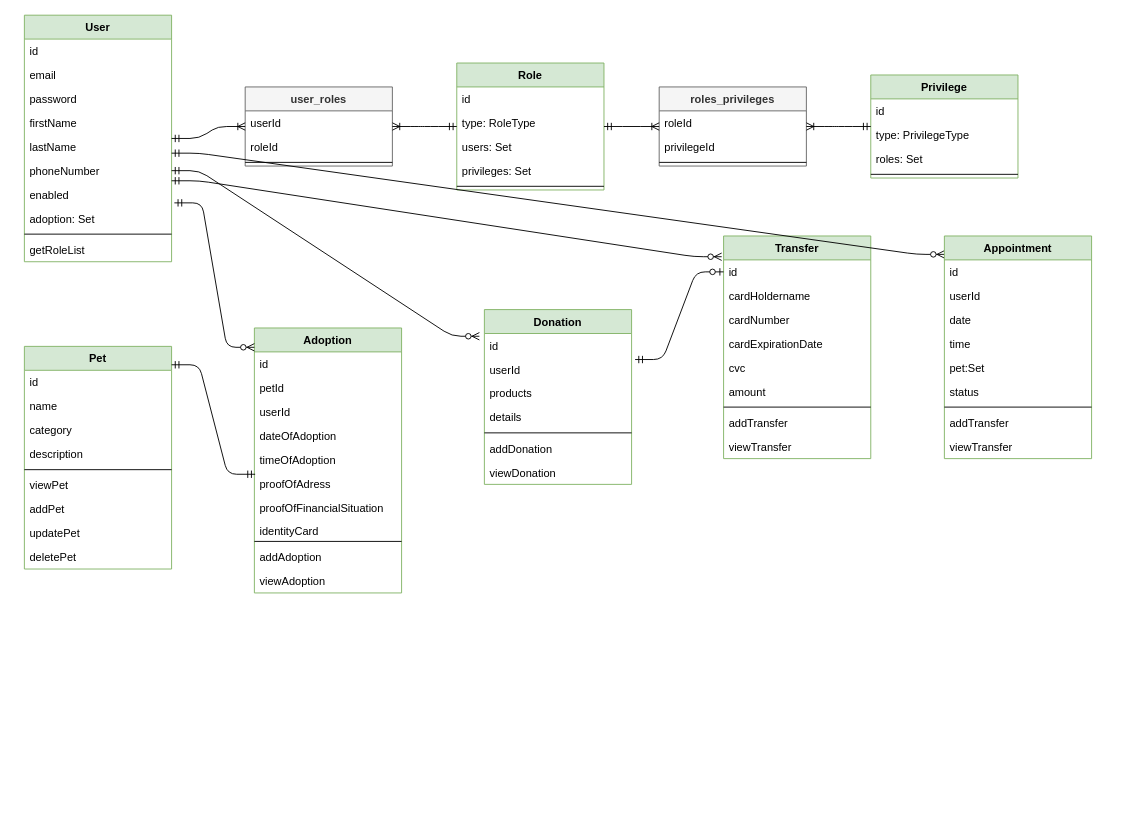
This is page "db" (1 of 2) of docs/3 infrastructure/database model.drawio from AlbuMihaela/Animal-Application, a draw.io file, before an edit. Source tidied: cells renumbered, new cells numbered last; positions are measured from the earlier drawing's top-left corner, leaving out a move shared by most shapes. Both pictures are drawn from the tidied source at 92%, with x=0, y=0 at pixel (24, 15).
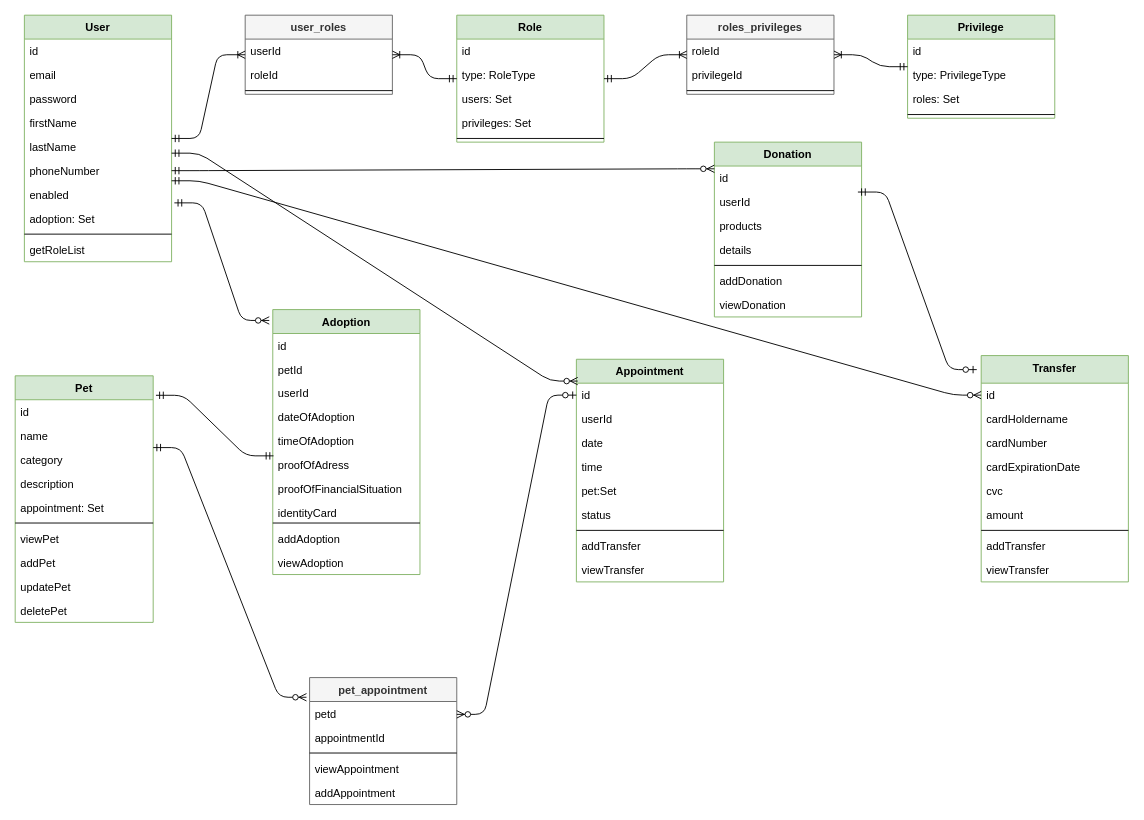
The same page after the edit.

Commit message:
update database model

The change refers to these unchanged cells:
```xml
<mxCell id="7" value="lastName" style="text;strokeColor=none;fillColor=none;align=left;verticalAlign=top;spacingLeft=4;spacingRight=4;overflow=hidden;points=[[0,0.5],[1,0.5]];portConstraint=eastwest;" parent="2" vertex="1">
  <mxGeometry y="130" width="160" height="26" as="geometry" />
</mxCell>
<mxCell id="8" value="phoneNumber" style="text;strokeColor=none;fillColor=none;align=left;verticalAlign=top;spacingLeft=4;spacingRight=4;overflow=hidden;points=[[0,0.5],[1,0.5]];portConstraint=eastwest;" parent="2" vertex="1">
  <mxGeometry y="156" width="160" height="26" as="geometry" />
</mxCell>
<mxCell id="9" value="enabled" style="text;strokeColor=none;fillColor=none;align=left;verticalAlign=top;spacingLeft=4;spacingRight=4;overflow=hidden;points=[[0,0.5],[1,0.5]];portConstraint=eastwest;" parent="2" vertex="1">
  <mxGeometry y="182" width="160" height="26" as="geometry" />
</mxCell>
<mxCell id="51" value="timeOfAdoption" style="text;strokeColor=none;fillColor=none;align=left;verticalAlign=top;spacingLeft=4;spacingRight=4;overflow=hidden;points=[[0,0.5],[1,0.5]];portConstraint=eastwest;" parent="46" vertex="1">
  <mxGeometry y="130" width="160" height="26" as="geometry" />
</mxCell>
<mxCell id="60" value="id" style="text;strokeColor=none;fillColor=none;align=left;verticalAlign=top;spacingLeft=4;spacingRight=4;overflow=hidden;points=[[0,0.5],[1,0.5]];portConstraint=eastwest;" parent="59" vertex="1">
  <mxGeometry y="26" width="160" height="26" as="geometry" />
</mxCell>
<mxCell id="61" value="userId" style="text;strokeColor=none;fillColor=none;align=left;verticalAlign=top;spacingLeft=4;spacingRight=4;overflow=hidden;points=[[0,0.5],[1,0.5]];portConstraint=eastwest;" parent="59" vertex="1">
  <mxGeometry y="52" width="160" height="26" as="geometry" />
</mxCell>
<mxCell id="83" value="id" style="text;strokeColor=none;fillColor=none;align=left;verticalAlign=top;spacingLeft=4;spacingRight=4;overflow=hidden;points=[[0,0.5],[1,0.5]];portConstraint=eastwest;" parent="82" vertex="1">
  <mxGeometry y="26" width="160" height="26" as="geometry" />
</mxCell>
```

What changed in the source:
```diff
@@
     <mxCell id="13" value="Role" style="swimlane;fontStyle=1;align=center;verticalAlign=top;horizontal=1;startSize=26;fillColor=#d5e8d4;strokeColor=#82b366;" parent="1" vertex="1">
-      <mxGeometry x="470" y="52" width="160" height="138" as="geometry" />
+      <mxGeometry x="470" width="160" height="138" as="geometry" />
     </mxCell>
@@
     <mxCell id="19" value="Privilege" style="swimlane;fontStyle=1;align=center;verticalAlign=top;horizontal=1;startSize=26;fillColor=#d5e8d4;strokeColor=#82b366;" parent="1" vertex="1">
-      <mxGeometry x="920" y="65" width="160" height="112" as="geometry" />
+      <mxGeometry x="960" width="160" height="112" as="geometry" />
     </mxCell>
@@
     <mxCell id="24" value="roles_privileges" style="swimlane;fontStyle=1;align=center;verticalAlign=top;horizontal=1;startSize=26;fillColor=#f5f5f5;strokeColor=#666666;fontColor=#333333;" parent="1" vertex="1">
-      <mxGeometry x="690" y="78" width="160" height="86" as="geometry" />
+      <mxGeometry x="720" width="160" height="86" as="geometry" />
     </mxCell>
@@
     <mxCell id="28" value="user_roles" style="swimlane;fontStyle=1;align=center;verticalAlign=top;horizontal=1;startSize=26;fillColor=#f5f5f5;strokeColor=#666666;fontColor=#333333;" parent="1" vertex="1">
-      <mxGeometry x="240" y="78" width="160" height="86" as="geometry" />
+      <mxGeometry x="240" width="160" height="86" as="geometry" />
     </mxCell>
@@
     <mxCell id="36" value="Pet" style="swimlane;fontStyle=1;align=center;verticalAlign=top;horizontal=1;startSize=26;fillColor=#d5e8d4;strokeColor=#82b366;" parent="1" vertex="1">
-      <mxGeometry y="360" width="160" height="242" as="geometry" />
+      <mxGeometry x="-10" y="392" width="150" height="268" as="geometry" />
     </mxCell>
     <mxCell id="37" value="id" style="text;strokeColor=none;fillColor=none;align=left;verticalAlign=top;spacingLeft=4;spacingRight=4;overflow=hidden;" parent="36" vertex="1">
-      <mxGeometry y="26" width="160" height="26" as="geometry" />
+      <mxGeometry y="26" width="150" height="26" as="geometry" />
     </mxCell>
     <mxCell id="38" value="name" style="text;strokeColor=none;fillColor=none;align=left;verticalAlign=top;spacingLeft=4;spacingRight=4;overflow=hidden;" parent="36" vertex="1">
-      <mxGeometry y="52" width="160" height="26" as="geometry" />
+      <mxGeometry y="52" width="150" height="26" as="geometry" />
     </mxCell>
     <mxCell id="39" value="category" style="text;strokeColor=none;fillColor=none;align=left;verticalAlign=top;spacingLeft=4;spacingRight=4;overflow=hidden;" parent="36" vertex="1">
-      <mxGeometry y="78" width="160" height="26" as="geometry" />
+      <mxGeometry y="78" width="150" height="26" as="geometry" />
     </mxCell>
     <mxCell id="40" value="description" style="text;strokeColor=none;fillColor=none;align=left;verticalAlign=top;spacingLeft=4;spacingRight=4;overflow=hidden;" parent="36" vertex="1">
-      <mxGeometry y="104" width="160" height="26" as="geometry" />
+      <mxGeometry y="104" width="150" height="26" as="geometry" />
     </mxCell>
+    <mxCell id="92" value="appointment: Set" style="text;strokeColor=none;fillColor=none;align=left;verticalAlign=top;spacingLeft=4;spacingRight=4;overflow=hidden;" parent="36" vertex="1">
+      <mxGeometry y="130" width="150" height="26" as="geometry" />
+    </mxCell>
     <mxCell id="41" style="line;strokeWidth=1;fillColor=none;align=left;verticalAlign=middle;spacingTop=-1;spacingLeft=3;spacingRight=3;labelPosition=right;" parent="36" vertex="1">
-      <mxGeometry y="130" width="160" height="8" as="geometry" />
+      <mxGeometry y="156" width="150" height="8" as="geometry" />
     </mxCell>
     <mxCell id="42" value="viewPet" style="text;strokeColor=none;fillColor=none;align=left;verticalAlign=top;spacingLeft=4;spacingRight=4;overflow=hidden;" parent="36" vertex="1">
-      <mxGeometry y="138" width="160" height="26" as="geometry" />
+      <mxGeometry y="164" width="150" height="26" as="geometry" />
     </mxCell>
     <mxCell id="43" value="addPet" style="text;strokeColor=none;fillColor=none;align=left;verticalAlign=top;spacingLeft=4;spacingRight=4;overflow=hidden;" parent="36" vertex="1">
-      <mxGeometry y="164" width="160" height="26" as="geometry" />
+      <mxGeometry y="190" width="150" height="26" as="geometry" />
     </mxCell>
     <mxCell id="44" value="updatePet" style="text;strokeColor=none;fillColor=none;align=left;verticalAlign=top;spacingLeft=4;spacingRight=4;overflow=hidden;" parent="36" vertex="1">
-      <mxGeometry y="190" width="160" height="26" as="geometry" />
+      <mxGeometry y="216" width="150" height="26" as="geometry" />
     </mxCell>
     <mxCell id="45" value="deletePet" style="text;strokeColor=none;fillColor=none;align=left;verticalAlign=top;spacingLeft=4;spacingRight=4;overflow=hidden;" parent="36" vertex="1">
-      <mxGeometry y="216" width="160" height="26" as="geometry" />
+      <mxGeometry y="242" width="150" height="26" as="geometry" />
     </mxCell>
     <mxCell id="46" value="Adoption" style="swimlane;fontStyle=1;align=center;verticalAlign=top;horizontal=1;startSize=26;fillColor=#d5e8d4;strokeColor=#82b366;" parent="1" vertex="1">
-      <mxGeometry x="250" y="340" width="160" height="288" as="geometry" />
+      <mxGeometry x="270" y="320" width="160" height="288" as="geometry" />
     </mxCell>
@@
-    <mxCell id="58" style="edgeStyle=entityRelationEdgeStyle;fontSize=12;html=1;endArrow=ERmandOne;startArrow=ERmandOne;entryX=0.005;entryY=1.115;entryDx=0;entryDy=0;entryPerimeter=0;" parent="1" edge="1" target="51">
-      <mxGeometry relative="1" as="geometry">
-        <mxPoint x="160" y="380" as="sourcePoint" />
-      </mxGeometry>
+    <mxCell id="58" style="edgeStyle=entityRelationEdgeStyle;fontSize=12;html=1;endArrow=ERmandOne;startArrow=ERmandOne;entryX=0.005;entryY=1.115;entryDx=0;entryDy=0;entryPerimeter=0;exitX=1.02;exitY=0.079;exitDx=0;exitDy=0;exitPerimeter=0;" parent="1" edge="1" source="36" target="51">
+      <mxGeometry relative="1" as="geometry" />
     </mxCell>
     <mxCell id="59" value="Donation" style="swimlane;fontStyle=1;align=center;verticalAlign=top;horizontal=1;startSize=26;fillColor=#d5e8d4;strokeColor=#82b366;" parent="1" vertex="1">
-      <mxGeometry x="500" y="320" width="160" height="190" as="geometry" />
+      <mxGeometry x="750" y="138" width="160" height="190" as="geometry" />
     </mxCell>
@@
-    <mxCell id="67" style="edgeStyle=entityRelationEdgeStyle;fontSize=12;html=1;endArrow=ERzeroToMany;startArrow=ERmandOne;exitX=1;exitY=0.5;exitDx=0;exitDy=0;entryX=-0.034;entryY=0.115;entryDx=0;entryDy=0;entryPerimeter=0;" parent="1" edge="1" source="8" target="60">
+    <mxCell id="67" style="edgeStyle=entityRelationEdgeStyle;fontSize=12;html=1;endArrow=ERzeroToMany;startArrow=ERmandOne;exitX=1;exitY=0.5;exitDx=0;exitDy=0;entryX=0;entryY=0.115;entryDx=0;entryDy=0;entryPerimeter=0;" parent="1" edge="1" source="8" target="60">
       <mxGeometry relative="1" as="geometry" />
     </mxCell>
-    <mxCell id="68" style="edgeStyle=entityRelationEdgeStyle;fontSize=12;html=1;endArrow=ERzeroToMany;startArrow=ERmandOne;exitX=1.019;exitY=0.846;exitDx=0;exitDy=0;exitPerimeter=0;" parent="1" edge="1" source="9">
-      <mxGeometry relative="1" as="geometry">
-        <mxPoint x="250" y="361" as="targetPoint" />
-      </mxGeometry>
+    <mxCell id="68" style="edgeStyle=entityRelationEdgeStyle;fontSize=12;html=1;endArrow=ERzeroToMany;startArrow=ERmandOne;exitX=1.019;exitY=0.846;exitDx=0;exitDy=0;exitPerimeter=0;entryX=-0.024;entryY=0.041;entryDx=0;entryDy=0;entryPerimeter=0;" parent="1" edge="1" source="9" target="46">
+      <mxGeometry relative="1" as="geometry" />
     </mxCell>
-    <mxCell id="69" value="Transfer" style="swimlane;fontStyle=1;align=center;verticalAlign=top;horizontal=1;startSize=26;fillColor=#d5e8d4;strokeColor=#82b366;" parent="1" vertex="1">
-      <mxGeometry x="760" y="240" width="160" height="242" as="geometry" />
+    <mxCell id="69" value="Transfer" style="swimlane;fontStyle=1;align=center;verticalAlign=top;horizontal=1;startSize=30;fillColor=#d5e8d4;strokeColor=#82b366;" parent="1" vertex="1">
+      <mxGeometry x="1040" y="370" width="160" height="246" as="geometry" />
     </mxCell>
     <mxCell id="70" value="id" style="text;strokeColor=none;fillColor=none;align=left;verticalAlign=top;spacingLeft=4;spacingRight=4;overflow=hidden;points=[[0,0.5],[1,0.5]];portConstraint=eastwest;" parent="69" vertex="1">
-      <mxGeometry y="26" width="160" height="26" as="geometry" />
+      <mxGeometry y="30" width="160" height="26" as="geometry" />
     </mxCell>
     <mxCell id="71" value="cardHoldername" style="text;strokeColor=none;fillColor=none;align=left;verticalAlign=top;spacingLeft=4;spacingRight=4;overflow=hidden;" parent="69" vertex="1">
-      <mxGeometry y="52" width="160" height="26" as="geometry" />
+      <mxGeometry y="56" width="160" height="26" as="geometry" />
     </mxCell>
     <mxCell id="72" value="cardNumber" style="text;strokeColor=none;fillColor=none;align=left;verticalAlign=top;spacingLeft=4;spacingRight=4;overflow=hidden;" parent="69" vertex="1">
-      <mxGeometry y="78" width="160" height="26" as="geometry" />
+      <mxGeometry y="82" width="160" height="26" as="geometry" />
     </mxCell>
     <mxCell id="73" value="cardExpirationDate" style="text;strokeColor=none;fillColor=none;align=left;verticalAlign=top;spacingLeft=4;spacingRight=4;overflow=hidden;" parent="69" vertex="1">
-      <mxGeometry y="104" width="160" height="26" as="geometry" />
+      <mxGeometry y="108" width="160" height="26" as="geometry" />
     </mxCell>
-    <mxCell id="74" style="edgeStyle=entityRelationEdgeStyle;fontSize=12;html=1;endArrow=ERzeroToMany;startArrow=ERmandOne;exitX=1;exitY=0.769;exitDx=0;exitDy=0;exitPerimeter=0;" parent="69" edge="1" source="7">
-      <mxGeometry relative="1" as="geometry">
-        <mxPoint x="240" y="20" as="targetPoint" />
-      </mxGeometry>
-    </mxCell>
     <mxCell id="75" value="cvc" style="text;strokeColor=none;fillColor=none;align=left;verticalAlign=top;spacingLeft=4;spacingRight=4;overflow=hidden;" parent="69" vertex="1">
-      <mxGeometry y="130" width="160" height="26" as="geometry" />
+      <mxGeometry y="134" width="160" height="26" as="geometry" />
     </mxCell>
     <mxCell id="76" value="amount" style="text;strokeColor=none;fillColor=none;align=left;verticalAlign=top;spacingLeft=4;spacingRight=4;overflow=hidden;" parent="69" vertex="1">
-      <mxGeometry y="156" width="160" height="26" as="geometry" />
+      <mxGeometry y="160" width="160" height="26" as="geometry" />
     </mxCell>
     <mxCell id="77" style="line;strokeWidth=1;fillColor=none;align=left;verticalAlign=middle;spacingTop=-1;spacingLeft=3;spacingRight=3;labelPosition=right;" parent="69" vertex="1">
-      <mxGeometry y="182" width="160" height="8" as="geometry" />
+      <mxGeometry y="186" width="160" height="8" as="geometry" />
     </mxCell>
     <mxCell id="78" value="addTransfer" style="text;strokeColor=none;fillColor=none;align=left;verticalAlign=top;spacingLeft=4;spacingRight=4;overflow=hidden;" parent="69" vertex="1">
-      <mxGeometry y="190" width="160" height="26" as="geometry" />
+      <mxGeometry y="194" width="160" height="26" as="geometry" />
     </mxCell>
     <mxCell id="79" value="viewTransfer" style="text;strokeColor=none;fillColor=none;align=left;verticalAlign=top;spacingLeft=4;spacingRight=4;overflow=hidden;" parent="69" vertex="1">
-      <mxGeometry y="216" width="160" height="26" as="geometry" />
+      <mxGeometry y="220" width="160" height="26" as="geometry" />
     </mxCell>
-    <mxCell id="80" style="edgeStyle=entityRelationEdgeStyle;fontSize=12;html=1;endArrow=ERzeroToOne;startArrow=ERmandOne;exitX=1.024;exitY=0.088;exitDx=0;exitDy=0;exitPerimeter=0;entryX=0;entryY=0.5;entryDx=0;entryDy=0;" parent="1" edge="1" source="61" target="70">
+    <mxCell id="80" style="edgeStyle=entityRelationEdgeStyle;fontSize=12;html=1;endArrow=ERzeroToOne;startArrow=ERmandOne;exitX=0.975;exitY=0.086;exitDx=0;exitDy=0;exitPerimeter=0;entryX=-0.03;entryY=0.062;entryDx=0;entryDy=0;entryPerimeter=0;" parent="1" edge="1" source="61" target="69">
       <mxGeometry relative="1" as="geometry" />
     </mxCell>
-    <mxCell id="81" style="edgeStyle=entityRelationEdgeStyle;fontSize=12;html=1;endArrow=ERzeroToMany;startArrow=ERmandOne;entryX=-0.013;entryY=-0.133;entryDx=0;entryDy=0;entryPerimeter=0;exitX=1;exitY=0.923;exitDx=0;exitDy=0;exitPerimeter=0;" parent="1" edge="1" source="8" target="70">
+    <mxCell id="81" style="edgeStyle=entityRelationEdgeStyle;fontSize=12;html=1;endArrow=ERzeroToMany;startArrow=ERmandOne;exitX=1;exitY=0.923;exitDx=0;exitDy=0;exitPerimeter=0;entryX=0;entryY=0.5;entryDx=0;entryDy=0;" parent="1" edge="1" source="8" target="70">
       <mxGeometry relative="1" as="geometry" />
     </mxCell>
     <mxCell id="82" value="Appointment" style="swimlane;fontStyle=1;align=center;verticalAlign=top;horizontal=1;startSize=26;fillColor=#d5e8d4;strokeColor=#82b366;" parent="1" vertex="1">
-      <mxGeometry x="1000" y="240" width="160" height="242" as="geometry" />
+      <mxGeometry x="600" y="374" width="160" height="242" as="geometry" />
     </mxCell>
@@
+    <mxCell id="93" value="pet_appointment" style="swimlane;fontStyle=1;align=center;verticalAlign=top;horizontal=1;startSize=26;fillColor=#f5f5f5;strokeColor=#666666;fontColor=#333333;" parent="1" vertex="1">
+      <mxGeometry x="310" y="720" width="160" height="138" as="geometry" />
+    </mxCell>
+    <mxCell id="94" value="petd" style="text;strokeColor=none;fillColor=none;align=left;verticalAlign=top;spacingLeft=4;spacingRight=4;overflow=hidden;points=[[0,0.5],[1,0.5]];portConstraint=eastwest;" parent="93" vertex="1">
+      <mxGeometry y="26" width="160" height="26" as="geometry" />
+    </mxCell>
+    <mxCell id="95" value="appointmentId" style="text;strokeColor=none;fillColor=none;align=left;verticalAlign=top;spacingLeft=4;spacingRight=4;overflow=hidden;" parent="93" vertex="1">
+      <mxGeometry y="52" width="160" height="26" as="geometry" />
+    </mxCell>
+    <mxCell id="96" style="line;strokeWidth=1;fillColor=none;align=left;verticalAlign=middle;spacingTop=-1;spacingLeft=3;spacingRight=3;labelPosition=right;" parent="93" vertex="1">
+      <mxGeometry y="78" width="160" height="8" as="geometry" />
+    </mxCell>
+    <mxCell id="97" value="viewAppointment" style="text;strokeColor=none;fillColor=none;align=left;verticalAlign=top;spacingLeft=4;spacingRight=4;overflow=hidden;" parent="93" vertex="1">
+      <mxGeometry y="86" width="160" height="26" as="geometry" />
+    </mxCell>
+    <mxCell id="98" value="addAppointment" style="text;strokeColor=none;fillColor=none;align=left;verticalAlign=top;spacingLeft=4;spacingRight=4;overflow=hidden;" parent="93" vertex="1">
+      <mxGeometry y="112" width="160" height="26" as="geometry" />
+    </mxCell>
+    <mxCell id="74" style="edgeStyle=entityRelationEdgeStyle;fontSize=12;html=1;endArrow=ERzeroToMany;startArrow=ERmandOne;exitX=1;exitY=0.769;exitDx=0;exitDy=0;exitPerimeter=0;entryX=0.009;entryY=-0.088;entryDx=0;entryDy=0;entryPerimeter=0;" parent="1" edge="1" source="7" target="83">
+      <mxGeometry relative="1" as="geometry" />
+    </mxCell>
+    <mxCell id="99" style="edgeStyle=entityRelationEdgeStyle;fontSize=12;html=1;endArrow=ERzeroToMany;startArrow=ERmandOne;entryX=-0.021;entryY=0.155;entryDx=0;entryDy=0;entryPerimeter=0;" parent="1" edge="1" target="93">
+      <mxGeometry relative="1" as="geometry">
+        <mxPoint x="140" y="470" as="sourcePoint" />
+      </mxGeometry>
+    </mxCell>
+    <mxCell id="100" style="edgeStyle=entityRelationEdgeStyle;fontSize=12;html=1;endArrow=ERzeroToMany;startArrow=ERzeroToOne;entryX=1;entryY=0.538;entryDx=0;entryDy=0;entryPerimeter=0;exitX=0;exitY=0.5;exitDx=0;exitDy=0;" parent="1" edge="1" source="83" target="94">
+      <mxGeometry relative="1" as="geometry" />
+    </mxCell>
```
